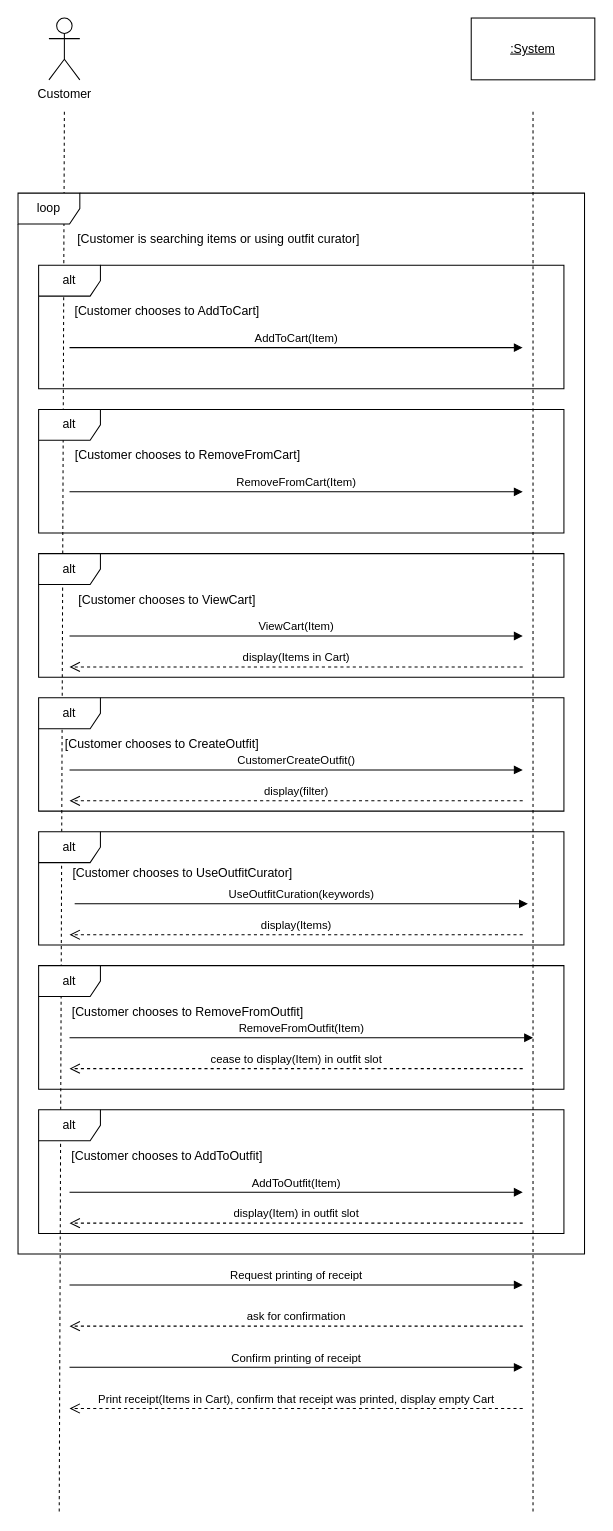
Earlier version of the draw.io diagram GroupAssignment2_SSD.drawio (CS3560-02-6-A/MallKioskSystem). Source tidied: cells renumbered, new cells numbered last; positions are measured from the earlier drawing's top-left corner, leaving out a move shared by most shapes. Both pictures are drawn from the tidied source at 103%, with x=0, y=0 at pixel (18, 18).
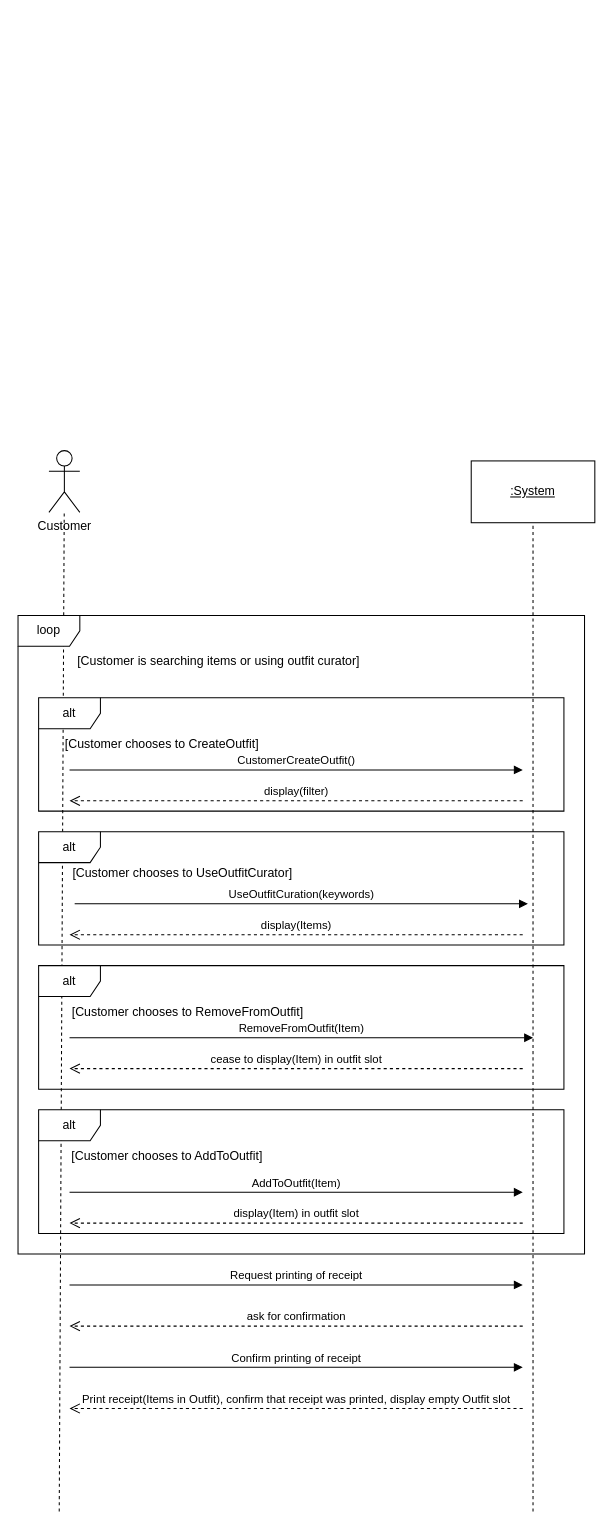
Above is the later version.

Diff of the diagram source:
```diff
@@
     <mxCell id="2" value="Customer" style="shape=umlActor;verticalLabelPosition=bottom;verticalAlign=top;html=1;outlineConnect=0;" parent="1" vertex="1">
-      <mxGeometry x="30" width="30" height="60" as="geometry" />
+      <mxGeometry x="30" y="420" width="30" height="60" as="geometry" />
     </mxCell>
     <mxCell id="3" style="rounded=0;whiteSpace=wrap;html=1;" parent="1" vertex="1">
-      <mxGeometry x="440" width="120" height="60" as="geometry" />
+      <mxGeometry x="440" y="430" width="120" height="60" as="geometry" />
     </mxCell>
     <mxCell id="4" value="&lt;u&gt;:System&lt;/u&gt;" style="text;html=1;whiteSpace=wrap;strokeColor=none;fillColor=none;align=center;verticalAlign=middle;rounded=0;" parent="1" vertex="1">
-      <mxGeometry x="450" y="15" width="100" height="30" as="geometry" />
+      <mxGeometry x="450" y="445" width="100" height="30" as="geometry" />
     </mxCell>
     <mxCell id="5" style="endArrow=none;dashed=1;html=1;rounded=0;" parent="1" edge="1">
       <mxGeometry relative="1" as="geometry">
         <mxPoint x="500" y="1450" as="sourcePoint" />
-        <mxPoint x="500" y="90" as="targetPoint" />
+        <mxPoint x="500" y="490" as="targetPoint" />
       </mxGeometry>
     </mxCell>
-    <mxCell id="6" style="endArrow=none;dashed=1;html=1;rounded=0;" parent="1" edge="1">
+    <mxCell id="6" style="endArrow=none;dashed=1;html=1;rounded=0;" parent="1" edge="1" target="2">
       <mxGeometry relative="1" as="geometry">
         <mxPoint x="40" y="1450" as="sourcePoint" />
-        <mxPoint x="45" y="90" as="targetPoint" />
       </mxGeometry>
     </mxCell>
@@
     <mxCell id="9" value="loop" style="shape=umlFrame;whiteSpace=wrap;html=1;" parent="1" vertex="1">
-      <mxGeometry y="170" width="550" height="1030" as="geometry" />
+      <mxGeometry y="580" width="550" height="620" as="geometry" />
     </mxCell>
     <mxCell id="10" value="[Customer is searching items or using outfit curator]" style="text;html=1;whiteSpace=wrap;strokeColor=none;fillColor=none;align=center;verticalAlign=middle;rounded=0;" parent="1" vertex="1">
-      <mxGeometry x="50" y="200" width="290" height="30" as="geometry" />
+      <mxGeometry x="50" y="610" width="290" height="30" as="geometry" />
     </mxCell>
@@
-    <mxCell id="23" value="AddToCart(Item)" style="html=1;verticalAlign=bottom;endArrow=block;curved=0;rounded=0;" parent="1" edge="1">
-      <mxGeometry relative="1" as="geometry">
-        <mxPoint x="50" y="320" as="sourcePoint" />
-        <mxPoint x="490" y="320" as="targetPoint" />
-      </mxGeometry>
-    </mxCell>
-    <mxCell id="24" value="alt" style="shape=umlFrame;whiteSpace=wrap;html=1;" parent="1" vertex="1">
-      <mxGeometry x="20" y="240" width="510" height="120" as="geometry" />
-    </mxCell>
-    <mxCell id="25" value="[Customer chooses to AddToCart]" style="text;html=1;whiteSpace=wrap;strokeColor=none;fillColor=none;align=center;verticalAlign=middle;rounded=0;" parent="1" vertex="1">
-      <mxGeometry x="50" y="270" width="190" height="30" as="geometry" />
-    </mxCell>
-    <mxCell id="26" value="RemoveFromCart(Item)" style="html=1;verticalAlign=bottom;endArrow=block;curved=0;rounded=0;" parent="1" edge="1">
-      <mxGeometry relative="1" as="geometry">
-        <mxPoint x="50" y="460" as="sourcePoint" />
-        <mxPoint x="490" y="460" as="targetPoint" />
-      </mxGeometry>
-    </mxCell>
-    <mxCell id="27" value="alt" style="shape=umlFrame;whiteSpace=wrap;html=1;" parent="1" vertex="1">
-      <mxGeometry x="20" y="380" width="510" height="120" as="geometry" />
-    </mxCell>
-    <mxCell id="28" value="[Customer chooses to RemoveFromCart]" style="text;html=1;whiteSpace=wrap;strokeColor=none;fillColor=none;align=center;verticalAlign=middle;rounded=0;" parent="1" vertex="1">
-      <mxGeometry x="50" y="410" width="230" height="30" as="geometry" />
-    </mxCell>
@@
-    <mxCell id="31" value="display(Items in Cart)" style="html=1;verticalAlign=bottom;endArrow=open;dashed=1;endSize=8;curved=0;rounded=0;" parent="1" edge="1">
-      <mxGeometry relative="1" as="geometry">
-        <mxPoint x="490" y="630" as="sourcePoint" />
-        <mxPoint x="50" y="630" as="targetPoint" />
-      </mxGeometry>
-    </mxCell>
-    <mxCell id="32" value="ViewCart(Item)" style="html=1;verticalAlign=bottom;endArrow=block;curved=0;rounded=0;" parent="1" edge="1">
-      <mxGeometry relative="1" as="geometry">
-        <mxPoint x="50" y="600" as="sourcePoint" />
-        <mxPoint x="490" y="600" as="targetPoint" />
-      </mxGeometry>
-    </mxCell>
-    <mxCell id="33" value="alt" style="shape=umlFrame;whiteSpace=wrap;html=1;" parent="1" vertex="1">
-      <mxGeometry x="20" y="520" width="510" height="120" as="geometry" />
-    </mxCell>
-    <mxCell id="34" value="[Customer chooses to ViewCart]" style="text;html=1;whiteSpace=wrap;strokeColor=none;fillColor=none;align=center;verticalAlign=middle;rounded=0;" parent="1" vertex="1">
-      <mxGeometry x="50" y="550" width="190" height="30" as="geometry" />
-    </mxCell>
@@
-    <mxCell id="39" value="Print receipt(Items in Cart), confirm that receipt was printed, display empty Cart" style="html=1;verticalAlign=bottom;endArrow=open;dashed=1;endSize=8;curved=0;rounded=0;" parent="1" edge="1">
+    <mxCell id="39" value="Print receipt(Items in Outfit), confirm that receipt was printed, display empty Outfit slot" style="html=1;verticalAlign=bottom;endArrow=open;dashed=1;endSize=8;curved=0;rounded=0;" parent="1" edge="1">
       <mxGeometry relative="1" as="geometry">
         <mxPoint x="490" y="1350" as="sourcePoint" />
         <mxPoint x="50" y="1350" as="targetPoint" />
       </mxGeometry>
     </mxCell>
```
